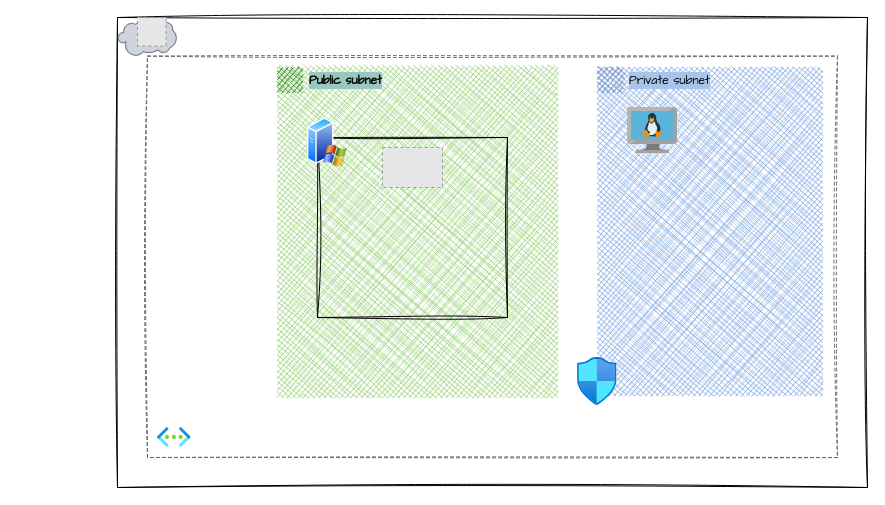
The draw.io diagram Images/Untitled Diagram.drawio in FabioArao/Poprtifolio, before the edit. Source tidied: cells renumbered, new cells numbered last; positions are measured from the earlier drawing's top-left corner, leaving out a move shared by most shapes. Both pictures are drawn from the tidied source at 100%, with x=0, y=0 at pixel (117, 17). Pictures stored in the file or linked from it are replaced by grey dashed boxes.
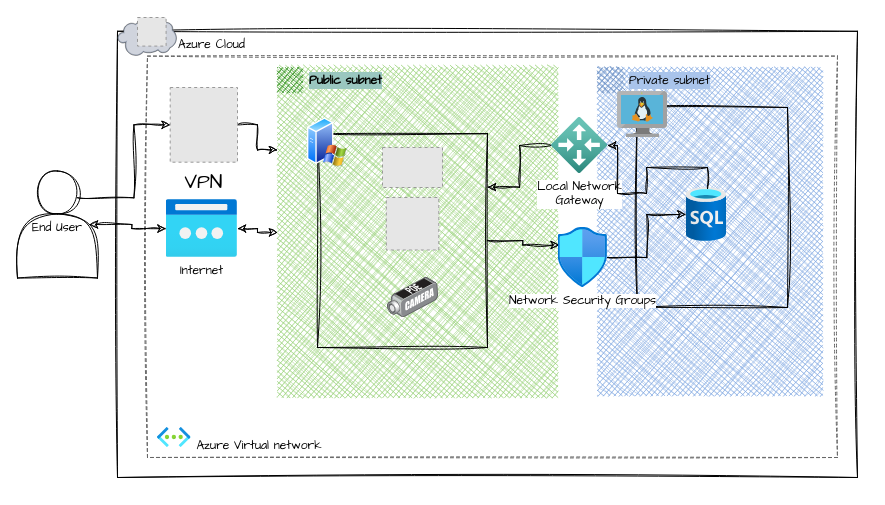
The same page after the edit.

Unchanged cells that the change refers to:
```xml
<mxCell id="6" value="&lt;span style=&quot;background-color: rgb(169, 196, 235);&quot;&gt;&lt;font color=&quot;#000000&quot;&gt;Private subnet&lt;/font&gt;&lt;/span&gt;" style="html=1;whiteSpace=wrap;fontSize=12;fontStyle=0;shape=mxgraph.aws4.group;grIcon=mxgraph.aws4.group_security_group;grStroke=0;strokeColor=#6c8ebf;fillColor=#7EA6E0;verticalAlign=top;align=left;spacingLeft=30;dashed=0;sketch=1;hachureGap=4;jiggle=2;curveFitting=1;fontFamily=Architects Daughter;fillStyle=cross-hatch;gradientColor=none;" parent="1" vertex="1">
  <mxGeometry x="480" y="50" width="225" height="328" as="geometry" />
</mxCell>
<mxCell id="9" value="&lt;font color=&quot;#010300&quot;&gt;&lt;b style=&quot;background-color: rgb(154, 199, 191);&quot;&gt;Public subnet&lt;/b&gt;&lt;/font&gt;" style="points=[[0,0],[0.25,0],[0.5,0],[0.75,0],[1,0],[1,0.25],[1,0.5],[1,0.75],[1,1],[0.75,1],[0.5,1],[0.25,1],[0,1],[0,0.75],[0,0.5],[0,0.25]];outlineConnect=0;gradientColor=none;html=1;whiteSpace=wrap;fontSize=12;fontStyle=0;shape=mxgraph.aws4.group;grIcon=mxgraph.aws4.group_security_group;grStroke=0;strokeColor=#248814;fillColor=#97D077;verticalAlign=top;align=left;spacingLeft=30;fontColor=#248814;dashed=0;sketch=1;hachureGap=4;jiggle=2;curveFitting=1;fontFamily=Architects Daughter;fillStyle=cross-hatch;" parent="1" vertex="1">
  <mxGeometry x="160" y="50" width="280" height="330" as="geometry" />
</mxCell>
```

The edit, as a diff of the source:
```diff
@@
     <mxCell id="2" style="rounded=0;whiteSpace=wrap;html=1;sketch=1;hachureGap=4;jiggle=2;curveFitting=1;fontFamily=Architects Daughter;fontSize=20;" parent="1" vertex="1">
-      <mxGeometry width="750" height="470" as="geometry" />
+      <mxGeometry y="13.8" width="740" height="446.2" as="geometry" />
     </mxCell>
@@
-    <mxCell id="7" style="image;html=1;points=[];align=center;fontSize=12;image=img/lib/azure2/networking/Network_Security_Groups.svg;sketch=1;hachureGap=4;jiggle=2;curveFitting=1;fontFamily=Architects Daughter;" parent="6" vertex="1">
-      <mxGeometry x="-20" y="290" width="39.5" height="48" as="geometry" />
-    </mxCell>
+    <mxCell id="14" style="rounded=0;whiteSpace=wrap;html=1;sketch=1;hachureGap=4;jiggle=2;curveFitting=1;fontFamily=Architects Daughter;fontSize=20;fillColor=none;" parent="6" vertex="1">
+      <mxGeometry x="40" y="40" width="150" height="200" as="geometry" />
+    </mxCell>
     <mxCell id="8" style="image;sketch=0;html=1;align=center;fontSize=12;image=img/lib/mscae/VM_Linux.svg;hachureGap=4;jiggle=2;curveFitting=1;fontFamily=Architects Daughter;" parent="6" vertex="1">
-      <mxGeometry x="30" y="40" width="50" height="46" as="geometry" />
+      <mxGeometry x="20" y="24" width="50" height="46" as="geometry" />
     </mxCell>
+    <mxCell id="15" style="image;html=1;points=[];align=center;fontSize=12;image=img/lib/azure2/databases/SQL_Database.svg;sketch=1;hachureGap=4;jiggle=2;curveFitting=1;fontFamily=Architects Daughter;" parent="6" vertex="1">
+      <mxGeometry x="88.5" y="120" width="40.5" height="54" as="geometry" />
+    </mxCell>
@@
     <mxCell id="10" style="rounded=0;whiteSpace=wrap;html=1;sketch=1;hachureGap=4;jiggle=2;curveFitting=1;fontFamily=Architects Daughter;fontSize=20;fillColor=none;" parent="9" vertex="1">
-      <mxGeometry x="40" y="70" width="190" height="180" as="geometry" />
+      <mxGeometry x="40" y="66.2" width="170" height="213.8" as="geometry" />
     </mxCell>
@@
+    <mxCell id="16" style="fillColor=#E6E6E6;strokeColor=#999999;dashed=1;verticalLabelPosition=bottom;verticalAlign=top;fontFamily=Architects Daughter;fontSize=20;" parent="9" vertex="1">
+      <mxGeometry x="108.8" y="130" width="52.5" height="52.5" as="geometry" />
+    </mxCell>
+    <mxCell id="17" style="image;html=1;align=center;shadow=0;dashed=0;image=img/lib/allied_telesis/security/POE_DVS_Camera.svg;sketch=1;hachureGap=4;jiggle=2;curveFitting=1;fontFamily=Architects Daughter;fontSize=20;" parent="9" vertex="1">
+      <mxGeometry x="110" y="210" width="51" height="40.2" as="geometry" />
+    </mxCell>
@@
+    <mxCell id="18" style="edgeStyle=orthogonalEdgeStyle;rounded=0;sketch=1;hachureGap=4;jiggle=2;curveFitting=1;jettySize=auto;html=1;exitX=0.9;exitY=0.5;exitDx=0;exitDy=0;exitPerimeter=0;fontFamily=Architects Daughter;fontSize=16;verticalAlign=middle;startArrow=classic;startFill=1;" parent="1" edge="1" source="20" target="26">
+      <mxGeometry relative="1" as="geometry" />
+    </mxCell>
+    <mxCell id="19" style="edgeStyle=orthogonalEdgeStyle;rounded=0;sketch=1;hachureGap=4;jiggle=2;curveFitting=1;jettySize=auto;html=1;exitX=0.75;exitY=0.25;exitDx=0;exitDy=0;exitPerimeter=0;entryX=0;entryY=0.5;entryDx=0;entryDy=0;fontFamily=Architects Daughter;fontSize=16;" parent="1" edge="1" source="20" target="31">
+      <mxGeometry relative="1" as="geometry" />
+    </mxCell>
+    <mxCell id="20" value="&lt;font style=&quot;font-size: 12px;&quot;&gt;End User&lt;/font&gt;" style="shape=actor;whiteSpace=wrap;html=1;sketch=1;hachureGap=4;jiggle=2;curveFitting=1;fontFamily=Architects Daughter;fontSize=20;align=center;" parent="1" vertex="1">
+      <mxGeometry x="-100" y="153.5" width="80" height="107" as="geometry" />
+    </mxCell>
+    <mxCell id="21" style="edgeStyle=orthogonalEdgeStyle;rounded=0;sketch=1;hachureGap=4;jiggle=2;curveFitting=1;jettySize=auto;html=1;exitX=1;exitY=0.5;exitDx=0;exitDy=0;entryX=0.025;entryY=0.292;entryDx=0;entryDy=0;entryPerimeter=0;fontFamily=Architects Daughter;fontSize=16;" parent="1" edge="1" source="10" target="7">
+      <mxGeometry relative="1" as="geometry" />
+    </mxCell>
+    <mxCell id="22" style="edgeStyle=orthogonalEdgeStyle;rounded=0;sketch=1;hachureGap=4;jiggle=2;curveFitting=1;jettySize=auto;html=1;fontFamily=Architects Daughter;fontSize=16;" parent="1" edge="1" source="7" target="15">
+      <mxGeometry relative="1" as="geometry" />
+    </mxCell>
+    <mxCell id="7" value="Network Security Groups" style="image;html=1;points=[];align=center;fontSize=12;image=img/lib/azure2/networking/Network_Security_Groups.svg;sketch=1;hachureGap=4;jiggle=2;curveFitting=1;fontFamily=Architects Daughter;" parent="1" vertex="1">
+      <mxGeometry x="440.5" y="210" width="49.5" height="60.1" as="geometry" />
+    </mxCell>
+    <mxCell id="23" value="&lt;font style=&quot;font-size: 12px;&quot;&gt;Azure Virtual network&lt;/font&gt;" style="text;html=1;strokeColor=none;fillColor=none;align=center;verticalAlign=middle;whiteSpace=wrap;rounded=0;fontSize=20;fontFamily=Architects Daughter;spacing=1;" parent="1" vertex="1">
+      <mxGeometry x="74" y="410" width="136" height="30" as="geometry" />
+    </mxCell>
+    <mxCell id="24" value="&lt;font style=&quot;font-size: 12px;&quot;&gt;Azure Cloud&lt;/font&gt;" style="text;html=1;strokeColor=none;fillColor=none;align=center;verticalAlign=middle;whiteSpace=wrap;rounded=0;fontSize=20;fontFamily=Architects Daughter;spacing=1;" parent="1" vertex="1">
+      <mxGeometry x="59.1" y="8.6" width="70.9" height="30" as="geometry" />
+    </mxCell>
+    <mxCell id="25" style="edgeStyle=orthogonalEdgeStyle;rounded=0;sketch=1;hachureGap=4;jiggle=2;curveFitting=1;jettySize=auto;html=1;fontFamily=Architects Daughter;fontSize=16;startArrow=classic;startFill=1;" parent="1" edge="1" source="26" target="9">
+      <mxGeometry relative="1" as="geometry" />
+    </mxCell>
+    <mxCell id="26" value="Internet" style="image;html=1;points=[];align=center;fontSize=12;image=img/lib/azure2/networking/Public_IP_Addresses_Classic.svg;sketch=1;hachureGap=4;jiggle=2;curveFitting=1;fontFamily=Architects Daughter;" parent="1" vertex="1">
+      <mxGeometry x="48.6" y="182.1" width="71.3" height="58" as="geometry" />
+    </mxCell>
+    <mxCell id="27" style="edgeStyle=orthogonalEdgeStyle;rounded=0;sketch=1;hachureGap=4;jiggle=2;curveFitting=1;jettySize=auto;html=1;entryX=1;entryY=0.25;entryDx=0;entryDy=0;fontFamily=Architects Daughter;fontSize=16;" parent="1" edge="1" source="28" target="10">
+      <mxGeometry relative="1" as="geometry" />
+    </mxCell>
+    <mxCell id="28" value="Local Network&lt;br&gt;Gateway" style="image;html=1;points=[];align=center;fontSize=12;image=img/lib/azure2/networking/Local_Network_Gateways.svg;sketch=1;hachureGap=4;jiggle=2;curveFitting=1;fontFamily=Architects Daughter;" parent="1" vertex="1">
+      <mxGeometry x="434.1" y="100" width="56" height="56" as="geometry" />
+    </mxCell>
+    <mxCell id="29" style="edgeStyle=orthogonalEdgeStyle;rounded=0;sketch=1;hachureGap=4;jiggle=2;curveFitting=1;jettySize=auto;html=1;fontFamily=Architects Daughter;fontSize=16;exitX=0.531;exitY=0.019;exitDx=0;exitDy=0;exitPerimeter=0;" parent="1" edge="1" source="15" target="28">
+      <mxGeometry relative="1" as="geometry">
+        <Array as="points">
+          <mxPoint x="590" y="150" />
+          <mxPoint x="529" y="150" />
+          <mxPoint x="529" y="176" />
+          <mxPoint x="500" y="176" />
+          <mxPoint x="500" y="128" />
+        </Array>
+      </mxGeometry>
+    </mxCell>
+    <mxCell id="30" style="edgeStyle=orthogonalEdgeStyle;rounded=0;sketch=1;hachureGap=4;jiggle=2;curveFitting=1;jettySize=auto;html=1;entryX=0;entryY=0.25;entryDx=0;entryDy=0;fontFamily=Architects Daughter;fontSize=16;" parent="1" edge="1" source="31" target="9">
+      <mxGeometry relative="1" as="geometry" />
+    </mxCell>
+    <mxCell id="31" value="VPN" style="fillColor=#E6E6E6;strokeColor=#999999;dashed=1;verticalLabelPosition=bottom;labelBackgroundColor=none;verticalAlign=top;fontFamily=Architects Daughter;fontSize=20;" parent="1" vertex="1">
+      <mxGeometry x="52.7" y="70" width="67.3" height="74.7" as="geometry" />
+    </mxCell>
```
